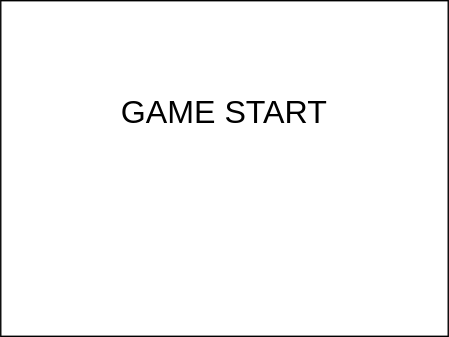
The draw.io diagram public/img/gamestart.drawio.svg in yamagame/kobo-adventure, before a commit. Source tidied: cells renumbered, new cells last; positions are measured from the earlier drawing's top-left corner, leaving out a move shared by most shapes. Its diagram source:
```xml
<mxGraphModel>
  <root>
    <mxCell id="0" />
    <mxCell id="1" parent="0" />
    <mxCell id="2" style="rounded=0;whiteSpace=wrap;html=1;" parent="1" vertex="1">
      <mxGeometry width="320" height="240" as="geometry" />
    </mxCell>
    <mxCell id="3" value="GAME START" style="text;html=1;strokeColor=none;fillColor=none;align=center;verticalAlign=middle;whiteSpace=wrap;rounded=0;fontSize=23;" parent="1" vertex="1">
      <mxGeometry x="30" y="40" width="260" height="80" as="geometry" />
    </mxCell>
  </root>
</mxGraphModel>
```
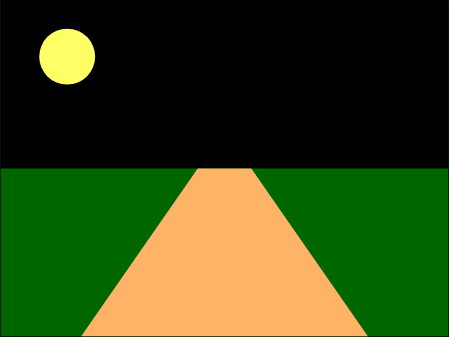
The same diagram one commit later.

The edit, as a diff of the source:
```diff
@@ -2,11 +2,17 @@
   <root>
     <mxCell id="0" />
     <mxCell id="1" parent="0" />
-    <mxCell id="2" style="rounded=0;whiteSpace=wrap;html=1;" parent="1" vertex="1">
+    <mxCell id="2" style="rounded=0;whiteSpace=wrap;html=1;fillColor=#000000;" parent="1" vertex="1">
       <mxGeometry width="320" height="240" as="geometry" />
     </mxCell>
-    <mxCell id="3" value="GAME START" style="text;html=1;strokeColor=none;fillColor=none;align=center;verticalAlign=middle;whiteSpace=wrap;rounded=0;fontSize=23;" parent="1" vertex="1">
-      <mxGeometry x="30" y="40" width="260" height="80" as="geometry" />
-    </mxCell>
+    <mxCell id="4" style="rounded=0;whiteSpace=wrap;html=1;strokeColor=none;fillColor=#006600;" parent="1" vertex="1">
+      <mxGeometry y="120" width="320" height="120" as="geometry" />
+    </mxCell>
+    <mxCell id="5" style="shape=trapezoid;perimeter=trapezoidPerimeter;whiteSpace=wrap;html=1;fillColor=#FFB366;size=0.4065040650406504;strokeColor=none;" parent="1" vertex="1">
+      <mxGeometry x="57.5" y="120" width="205" height="120" as="geometry" />
+    </mxCell>
+    <mxCell id="6" style="ellipse;whiteSpace=wrap;html=1;strokeColor=none;fillColor=#FFFF66;" parent="1" vertex="1">
+      <mxGeometry x="27.5" y="20" width="40" height="40" as="geometry" />
+    </mxCell>
   </root>
 </mxGraphModel>
```
